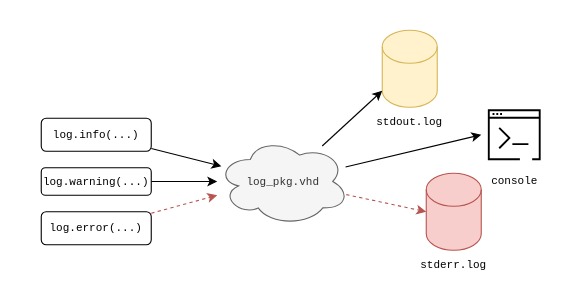
Above: docs/log_structure.drawio in juanppalacios/verification (draw.io), before the change. Source tidied: cells renumbered, new cells numbered last; positions are measured from the earlier drawing's top-left corner, leaving out a move shared by most shapes. Both pictures are drawn from the tidied source at 110%, with x=0, y=0 at pixel (41, 30).
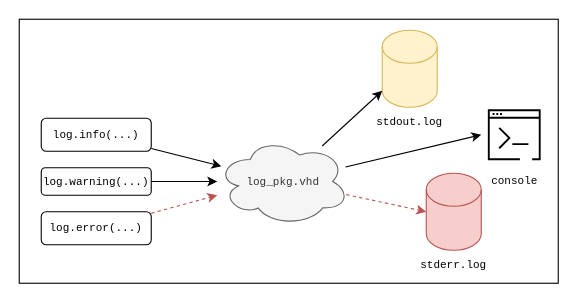
Above is the later version.

Change to the diagram source:
```diff
@@
 <mxGraphModel>
   <root>
     <mxCell id="0" />
     <mxCell id="1" parent="0" />
+    <mxCell id="15" style="rounded=0;whiteSpace=wrap;html=1;fontFamily=Courier New;fontSize=10;" parent="1" vertex="1">
+      <mxGeometry x="-20" y="-10" width="490" height="240" as="geometry" />
+    </mxCell>
     <mxCell id="2" value="&lt;br&gt;&lt;br&gt;&lt;br&gt;&lt;br&gt;&lt;br&gt;&lt;br&gt;stderr.log" style="shape=cylinder3;whiteSpace=wrap;html=1;boundedLbl=1;backgroundOutline=1;size=15;fontSize=10;fontFamily=Courier New;fillColor=#f8cecc;strokeColor=#b85450;" parent="1" vertex="1">
       <mxGeometry x="350" y="130" width="50" height="70" as="geometry" />
     </mxCell>
     <mxCell id="3" style="edgeStyle=none;rounded=0;html=1;fontFamily=Courier New;fontSize=10;" parent="1" edge="1" source="4" target="14">
       <mxGeometry relative="1" as="geometry" />
     </mxCell>
     <mxCell id="4" value="log.info(...)" style="rounded=1;whiteSpace=wrap;html=1;fontSize=10;fontFamily=Courier New;" parent="1" vertex="1">
       <mxGeometry y="80" width="100" height="30" as="geometry" />
     </mxCell>
     <mxCell id="5" value="console" style="sketch=0;points=[[0,0,0],[0.25,0,0],[0.5,0,0],[0.75,0,0],[1,0,0],[0,1,0],[0.25,1,0],[0.5,1,0],[0.75,1,0],[1,1,0],[0,0.25,0],[0,0.5,0],[0,0.75,0],[1,0.25,0],[1,0.5,0],[1,0.75,0]];outlineConnect=0;gradientDirection=north;dashed=0;verticalLabelPosition=bottom;verticalAlign=top;align=center;html=1;fontSize=10;fontStyle=0;shape=mxgraph.aws4.resourceIcon;resIcon=mxgraph.aws4.command_line_interface;fontFamily=Courier New;" parent="1" vertex="1">
       <mxGeometry x="400" y="65" width="60" height="60" as="geometry" />
     </mxCell>
     <mxCell id="6" style="edgeStyle=none;rounded=0;html=1;fontFamily=Courier New;fontSize=10;" parent="1" edge="1" source="7" target="14">
       <mxGeometry relative="1" as="geometry" />
     </mxCell>
     <mxCell id="7" value="log.warning(...)" style="rounded=1;whiteSpace=wrap;html=1;fontSize=10;fontFamily=Courier New;" parent="1" vertex="1">
       <mxGeometry y="125" width="100" height="25" as="geometry" />
     </mxCell>
     <mxCell id="8" style="edgeStyle=none;rounded=0;html=1;fontFamily=Courier New;fontSize=10;dashed=1;fillColor=#f8cecc;strokeColor=#b85450;" parent="1" edge="1" source="9">
       <mxGeometry relative="1" as="geometry">
         <mxPoint x="160" y="150" as="targetPoint" />
       </mxGeometry>
     </mxCell>
     <mxCell id="9" value="log.error(...)" style="rounded=1;whiteSpace=wrap;html=1;fontSize=10;fontFamily=Courier New;" parent="1" vertex="1">
       <mxGeometry y="165" width="100" height="30" as="geometry" />
     </mxCell>
     <mxCell id="10" value="&lt;br&gt;&lt;br&gt;&lt;br&gt;&lt;br&gt;&lt;br&gt;&lt;br&gt;stdout.log" style="shape=cylinder3;whiteSpace=wrap;html=1;boundedLbl=1;backgroundOutline=1;size=15;fontSize=10;fontFamily=Courier New;fillColor=#fff2cc;strokeColor=#d6b656;" parent="1" vertex="1">
       <mxGeometry x="310" width="50" height="70" as="geometry" />
     </mxCell>
     <mxCell id="11" style="edgeStyle=none;rounded=0;html=1;entryX=0;entryY=0.5;entryDx=0;entryDy=0;entryPerimeter=0;fontFamily=Courier New;fontSize=10;dashed=1;fillColor=#f8cecc;strokeColor=#b85450;" parent="1" edge="1" source="14" target="2">
       <mxGeometry relative="1" as="geometry" />
     </mxCell>
     <mxCell id="12" style="edgeStyle=none;rounded=0;html=1;entryX=0;entryY=1;entryDx=0;entryDy=-15;entryPerimeter=0;fontFamily=Courier New;fontSize=10;" parent="1" edge="1" source="14" target="10">
       <mxGeometry relative="1" as="geometry" />
     </mxCell>
     <mxCell id="13" style="edgeStyle=none;rounded=0;html=1;entryX=0;entryY=0.5;entryDx=0;entryDy=0;entryPerimeter=0;fontFamily=Courier New;fontSize=10;" parent="1" edge="1" source="14" target="5">
       <mxGeometry relative="1" as="geometry" />
     </mxCell>
     <mxCell id="14" value="log_pkg.vhd" style="ellipse;shape=cloud;whiteSpace=wrap;html=1;fontFamily=Courier New;fontSize=10;fillColor=#f5f5f5;fontColor=#333333;strokeColor=#666666;" parent="1" vertex="1">
       <mxGeometry x="160" y="97.5" width="120" height="80" as="geometry" />
     </mxCell>
   </root>
 </mxGraphModel>
```
